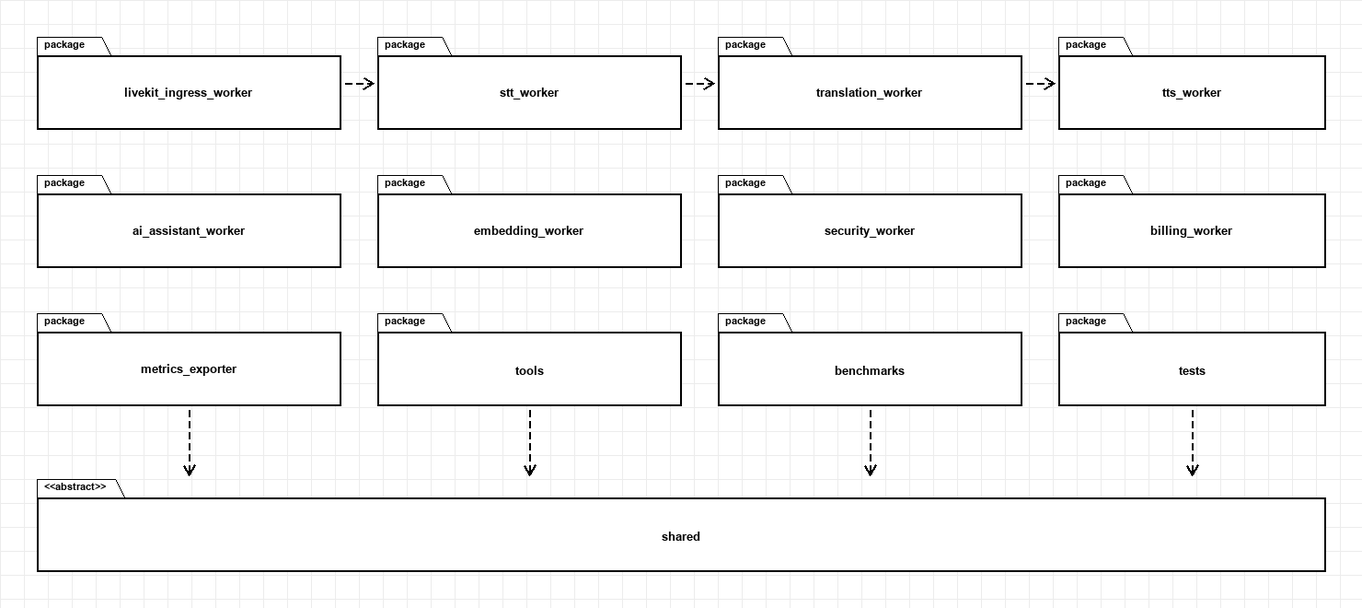
Earlier version of the PlantUML export .agents/resources/package diagram/ai-workers-package-diagram.png (WarpTalk-CapstoneProject/warptalk-backend). Its source is kept beside it as .agents/resources/package diagram/ai-workers-package-diagram.puml. Source of this version:
```plantuml
@startuml
title AI Workers Package Diagram (warptalk-ai)

left to right direction
hide circle
hide empty members

skinparam monochrome true
skinparam shadowing false
skinparam linetype ortho
skinparam nodesep 60
skinparam ranksep 85
skinparam ArrowFontSize 11
skinparam packageStyle rectangle
skinparam packageBackgroundColor White
skinparam packageBorderColor Black
skinparam ArrowColor Black

package "livekit_ingress_worker" as livekit
package "stt_worker" as stt
package "translation_worker" as translation
package "tts_worker" as tts

package "ai_assistant_worker" as assistant
package "embedding_worker" as embedding
package "security_worker" as security
package "billing_worker" as billing

package "metrics_exporter" as metrics
package "tools" as tools
package "benchmarks" as benchmarks
package "tests" as tests

package "shared <<abstract>>" as shared

livekit ..> stt
stt ..> translation
translation ..> tts

livekit ..> shared
stt ..> shared
translation ..> shared
tts ..> shared

assistant ..> shared
embedding ..> shared
security ..> shared
billing ..> shared

metrics ..> shared
tools ..> shared
benchmarks ..> shared
tests ..> shared

@enduml
```
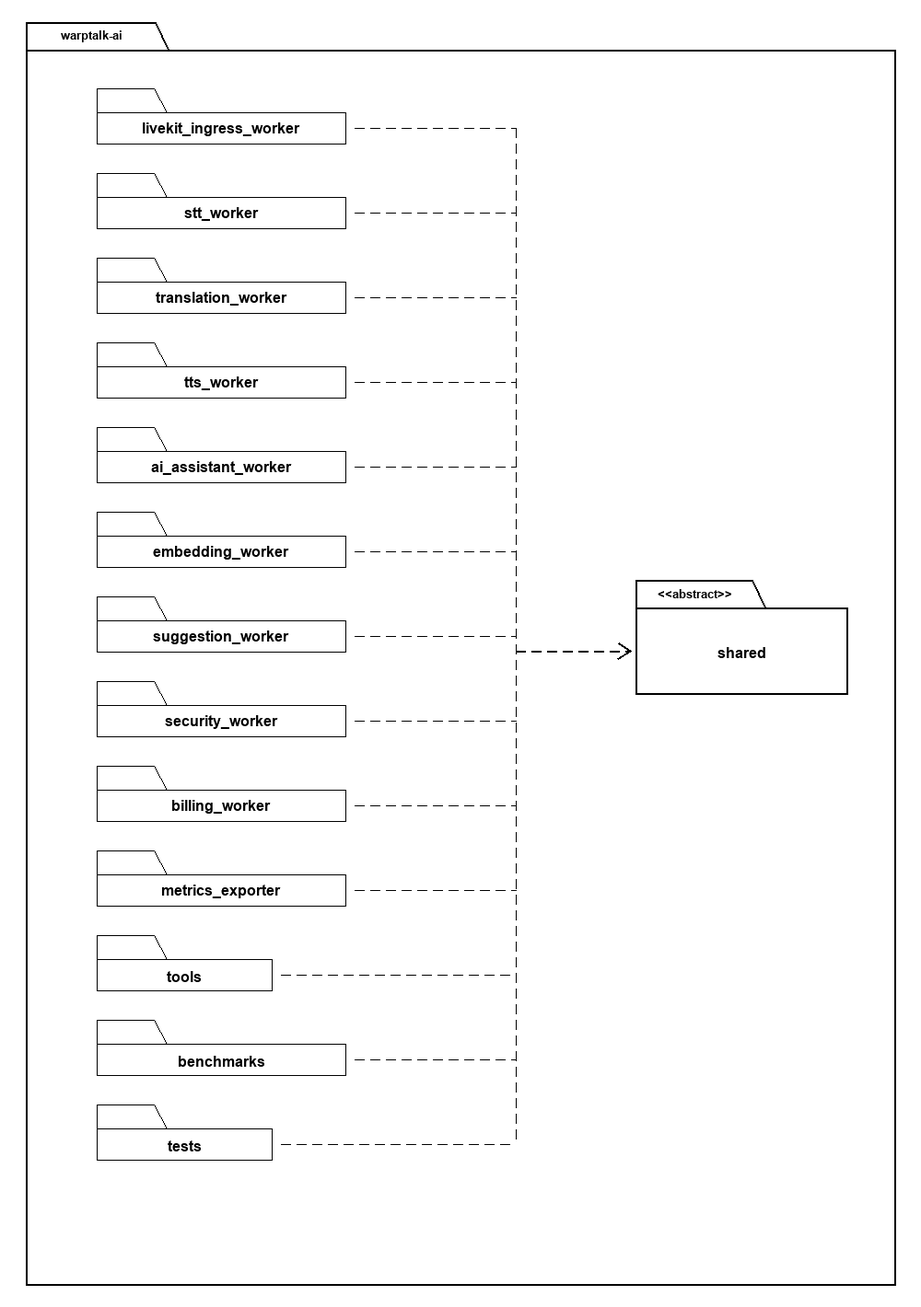
After the change.

What changed in the source:
```diff
@@ -1,5 +1,4 @@
 @startuml
-title AI Workers Package Diagram (warptalk-ai)
 
 left to right direction
 hide circle
@@ -16,40 +15,26 @@
 skinparam packageBorderColor Black
 skinparam ArrowColor Black
 
-package "livekit_ingress_worker" as livekit
-package "stt_worker" as stt
-package "translation_worker" as translation
-package "tts_worker" as tts
+package "warptalk-ai" as AIRoot {
+  package "livekit_ingress_worker"
+  package "stt_worker"
+  package "translation_worker"
+  package "tts_worker"
 
-package "ai_assistant_worker" as assistant
-package "embedding_worker" as embedding
-package "security_worker" as security
-package "billing_worker" as billing
+  package "ai_assistant_worker"
+  package "embedding_worker"
+  package "suggestion_worker"
+  package "security_worker"
+  package "billing_worker"
 
-package "metrics_exporter" as metrics
-package "tools" as tools
-package "benchmarks" as benchmarks
-package "tests" as tests
+  package "metrics_exporter"
+  package "tools"
+  package "benchmarks"
+  package "tests"
 
-package "shared <<abstract>>" as shared
+  package "shared <<abstract>>" as SharedPkg
 
-livekit ..> stt
-stt ..> translation
-translation ..> tts
-
-livekit ..> shared
-stt ..> shared
-translation ..> shared
-tts ..> shared
-
-assistant ..> shared
-embedding ..> shared
-security ..> shared
-billing ..> shared
-
-metrics ..> shared
-tools ..> shared
-benchmarks ..> shared
-tests ..> shared
+  AIRoot ..> SharedPkg
+}
 
 @enduml
```
